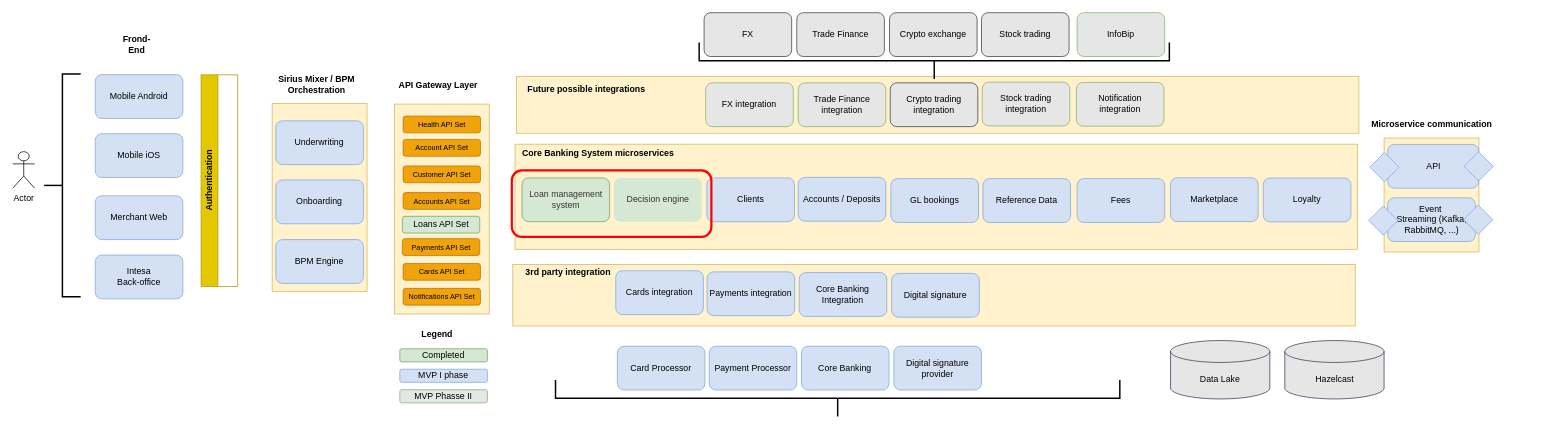
The draw.io diagram Target Architecture - high level.drawio in eedsast/core-banking-mockup-claude, before the edit. Source tidied: cells renumbered, new cells numbered last; positions are measured from the earlier drawing's top-left corner, leaving out a move shared by most shapes. Both pictures are drawn from the tidied source at 73%, with x=0, y=0 at pixel (12, -174).
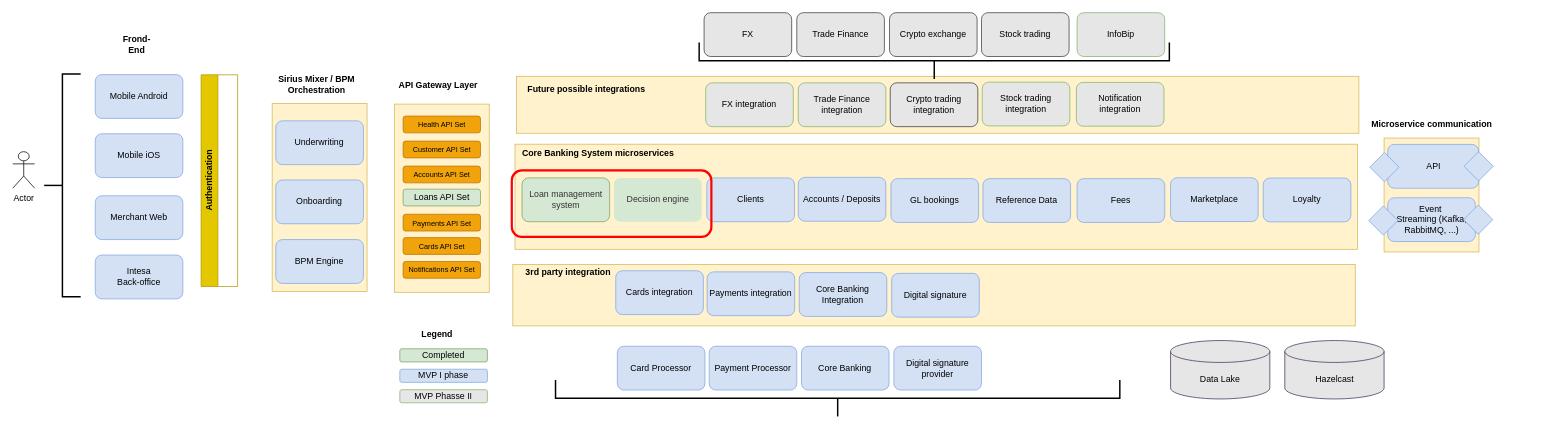
After the change.

Commit message (it also covers changes not shown here):
Added Value-added payments module, Updated diagram picture

What changed in the source:
```diff
@@
     <mxCell id="48" style="rounded=0;whiteSpace=wrap;html=1;fillColor=#fff2cc;strokeColor=#d6b656;" parent="1" vertex="1">
-      <mxGeometry x="522.7" y="381.1" width="130" height="287.5" as="geometry" />
+      <mxGeometry x="522.7" y="381.1" width="130" height="257.8" as="geometry" />
     </mxCell>
-    <mxCell id="49" value="Account API Set" style="rounded=1;whiteSpace=wrap;html=1;fillColor=#f0a30a;fontColor=#000000;strokeColor=#BD7000;fontSize=10;" parent="1" vertex="1">
-      <mxGeometry x="534.7" y="429.5" width="106" height="23" as="geometry" />
-    </mxCell>
     <mxCell id="50" value="Customer API Set" style="rounded=1;whiteSpace=wrap;html=1;fillColor=#f0a30a;fontColor=#000000;strokeColor=#BD7000;fontSize=10;" parent="1" vertex="1">
-      <mxGeometry x="534.7" y="465.8" width="106" height="23" as="geometry" />
+      <mxGeometry x="534.7" y="431.8" width="106" height="23" as="geometry" />
     </mxCell>
     <mxCell id="51" value="Payments API Set" style="rounded=1;whiteSpace=wrap;html=1;fillColor=#f0a30a;fontColor=#000000;strokeColor=#BD7000;fontSize=10;" parent="1" vertex="1">
-      <mxGeometry x="533.7" y="565.4" width="106" height="23" as="geometry" />
+      <mxGeometry x="534.7" y="532" width="106" height="23" as="geometry" />
     </mxCell>
     <mxCell id="52" value="Loans API Set" style="rounded=1;whiteSpace=wrap;html=1;fillColor=#D5E8D4;strokeColor=#78A25F;" parent="1" vertex="1">
-      <mxGeometry x="533.7" y="534.8" width="106" height="23" as="geometry" />
+      <mxGeometry x="534.7" y="497.6" width="106" height="23" as="geometry" />
     </mxCell>
     <mxCell id="53" value="Accounts API Set" style="rounded=1;whiteSpace=wrap;html=1;fillColor=#f0a30a;fontColor=#000000;strokeColor=#BD7000;fontSize=10;" parent="1" vertex="1">
-      <mxGeometry x="534.7" y="502.3" width="106" height="23" as="geometry" />
+      <mxGeometry x="534.7" y="466" width="106" height="23" as="geometry" />
     </mxCell>
     <mxCell id="54" value="Cards API Set" style="rounded=1;whiteSpace=wrap;html=1;fillColor=#f0a30a;fontColor=#000000;strokeColor=#BD7000;fontSize=10;" parent="1" vertex="1">
-      <mxGeometry x="534.7" y="599.4" width="106" height="23" as="geometry" />
+      <mxGeometry x="534.7" y="564" width="106" height="23" as="geometry" />
     </mxCell>
@@
     <mxCell id="56" value="Notifications API Set" style="rounded=1;whiteSpace=wrap;html=1;fillColor=#f0a30a;fontColor=#000000;strokeColor=#BD7000;fontSize=10;" parent="1" vertex="1">
-      <mxGeometry x="534.7" y="633.5" width="106" height="23" as="geometry" />
+      <mxGeometry x="534.7" y="596.7" width="106" height="23" as="geometry" />
     </mxCell>
```
